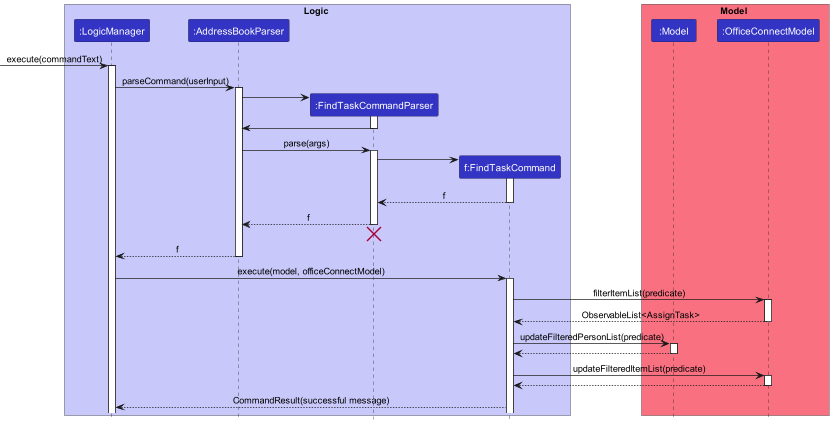
This is docs/images/FindTaskSequenceDiagram.png from nus-cs2103-AY2223S2/tp, a PlantUML export, as it was before one commit. The source it was exported from:
```plantuml
@startuml
!include style.puml

box Logic LOGIC_COLOR_T1
participant ":LogicManager" as LogicManager LOGIC_COLOR
participant ":AddressBookParser" as AddressBookParser LOGIC_COLOR
participant ":FindTaskCommandParser" as FindTaskCommandParser LOGIC_COLOR
participant "f:FindTaskCommand" as FindTaskCommand LOGIC_COLOR
end box

box Model MODEL_COLOR_T1
participant ":Model" as Model LOGIC_COLOR
participant ":OfficeConnectModel" as OfficeConnectModel LOGIC_COLOR
end box

-> LogicManager: execute(commandText)
activate LogicManager

LogicManager -> AddressBookParser : parseCommand(userInput)
activate AddressBookParser

create FindTaskCommandParser
AddressBookParser -> FindTaskCommandParser
activate FindTaskCommandParser

FindTaskCommandParser -> AddressBookParser
deactivate FindTaskCommandParser

AddressBookParser -> FindTaskCommandParser : parse(args)
activate FindTaskCommandParser

create FindTaskCommand
FindTaskCommandParser -> FindTaskCommand
activate FindTaskCommand

FindTaskCommand --> FindTaskCommandParser : f
deactivate FindTaskCommand

FindTaskCommandParser --> AddressBookParser : f
deactivate FindTaskCommandParser

FindTaskCommandParser -[hidden]-> AddressBookParser
destroy FindTaskCommandParser

AddressBookParser --> LogicManager : f
deactivate AddressBookParser

LogicManager -> FindTaskCommand: execute(model, officeConnectModel)
activate FindTaskCommand

FindTaskCommand -> OfficeConnectModel: filterItemList(predicate)
activate OfficeConnectModel

OfficeConnectModel --> FindTaskCommand: ObservableList<AssignTask>
deactivate OfficeConnectModel

FindTaskCommand -> Model: updateFilteredPersonList(predicate)
activate Model

Model --> FindTaskCommand
deactivate Model

FindTaskCommand -> OfficeConnectModel: updateFilteredItemList(predicate)
activate OfficeConnectModel

OfficeConnectModel --> FindTaskCommand
deactivate OfficeConnectModel

FindTaskCommand --> LogicManager: CommandResult(successful message)

@enduml
```
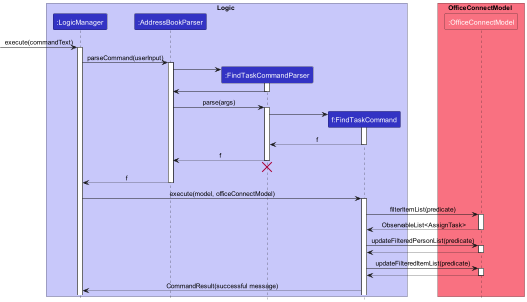
Above is the later version.

What changed in the source:
```diff
@@ -8,9 +8,8 @@
 participant "f:FindTaskCommand" as FindTaskCommand LOGIC_COLOR
 end box
 
-box Model MODEL_COLOR_T1
-participant ":Model" as Model LOGIC_COLOR
-participant ":OfficeConnectModel" as OfficeConnectModel LOGIC_COLOR
+box OfficeConnectModel MODEL_COLOR_T1
+participant ":OfficeConnectModel" as OfficeConnectModel MODEL_COLOR_T1
 end box
 
 -> LogicManager: execute(commandText)
@@ -54,11 +53,11 @@
 OfficeConnectModel --> FindTaskCommand: ObservableList<AssignTask>
 deactivate OfficeConnectModel
 
-FindTaskCommand -> Model: updateFilteredPersonList(predicate)
-activate Model
+FindTaskCommand -> OfficeConnectModel: updateFilteredPersonList(predicate)
+activate OfficeConnectModel
 
-Model --> FindTaskCommand
-deactivate Model
+OfficeConnectModel --> FindTaskCommand
+deactivate OfficeConnectModel
 
 FindTaskCommand -> OfficeConnectModel: updateFilteredItemList(predicate)
 activate OfficeConnectModel
```
